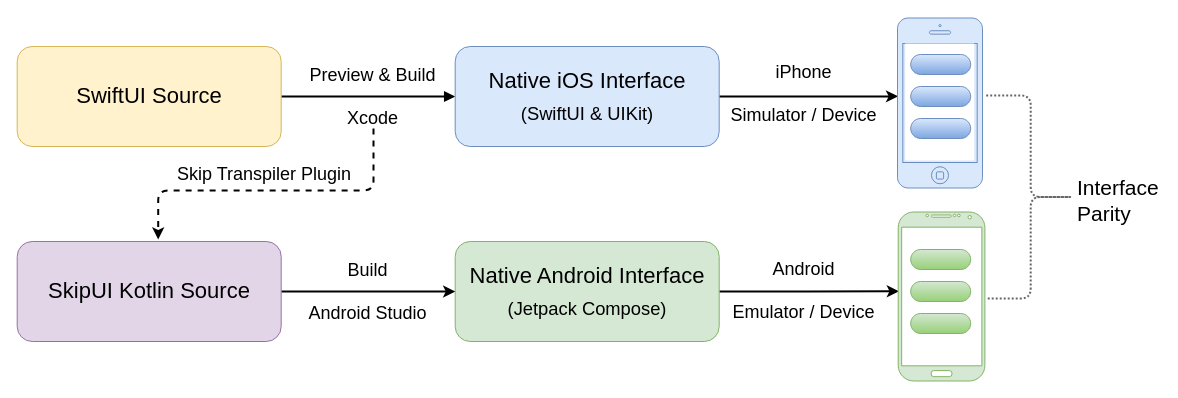
This is page "ui" (4 of 17) of diagrams/skip-diagrams.drawio from skiptools/assets.skip.dev, a draw.io file, before an edit. Source tidied: cells renumbered, new cells numbered last; positions are measured from the earlier drawing's top-left corner, leaving out a move shared by most shapes. Both pictures are drawn from the tidied source at 100%, with x=0, y=0 at pixel (17, 17).
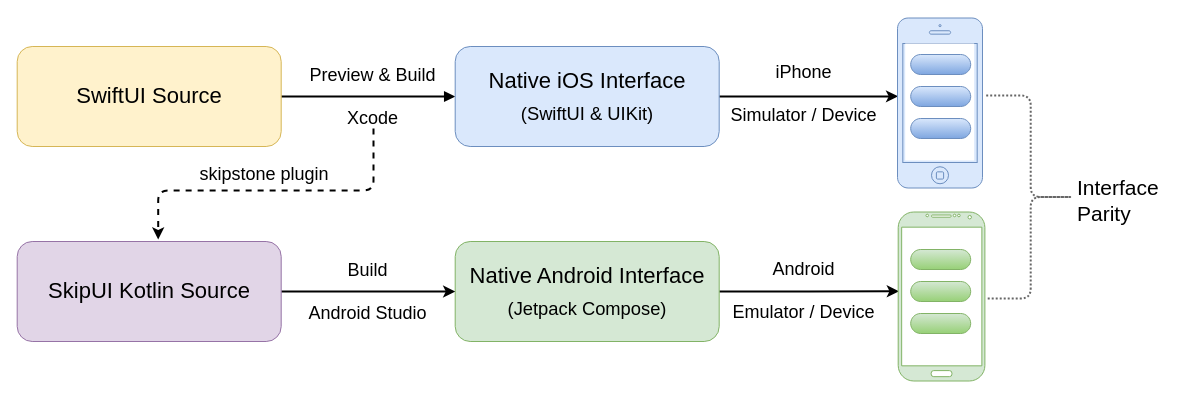
After the change.

Commit message (it also covers changes not shown here):
Relabel "Skip Transpiler Plugin" to "skipstone plugin" in the diagrams.

Unchanged cells that the change refers to:
```xml
<mxCell id="5" style="edgeStyle=orthogonalEdgeStyle;rounded=1;orthogonalLoop=1;jettySize=auto;html=1;entryX=0.5;entryY=0;entryDx=0;entryDy=0;curved=0;dashed=1;strokeWidth=2;" parent="1" edge="1">
  <mxGeometry relative="1" as="geometry">
    <mxPoint x="356" y="111" as="sourcePoint" />
    <mxPoint x="140.7" y="222" as="targetPoint" />
    <Array as="points">
      <mxPoint x="140.7" y="173" />
    </Array>
  </mxGeometry>
</mxCell>
```

Change to the diagram source:
```diff
@@
-    <mxCell id="6" value="&lt;span style=&quot;font-size: 18px;&quot;&gt;&amp;nbsp;Skip Transpiler Plugin&lt;/span&gt;" style="edgeLabel;html=1;align=center;verticalAlign=middle;fontSize=18;fontStyle=0;labelBackgroundColor=none;" parent="5" vertex="1">
+    <mxCell id="6" value="&lt;span style=&quot;font-size: 18px;&quot;&gt;&amp;nbsp;skipstone plugin&lt;/span&gt;" style="edgeLabel;html=1;align=center;verticalAlign=middle;fontSize=18;fontStyle=0;labelBackgroundColor=none;" parent="5" vertex="1">
       <mxGeometry x="0.09" relative="1" as="geometry">
         <mxPoint x="3" y="-17" as="offset" />
       </mxGeometry>
     </mxCell>
```
